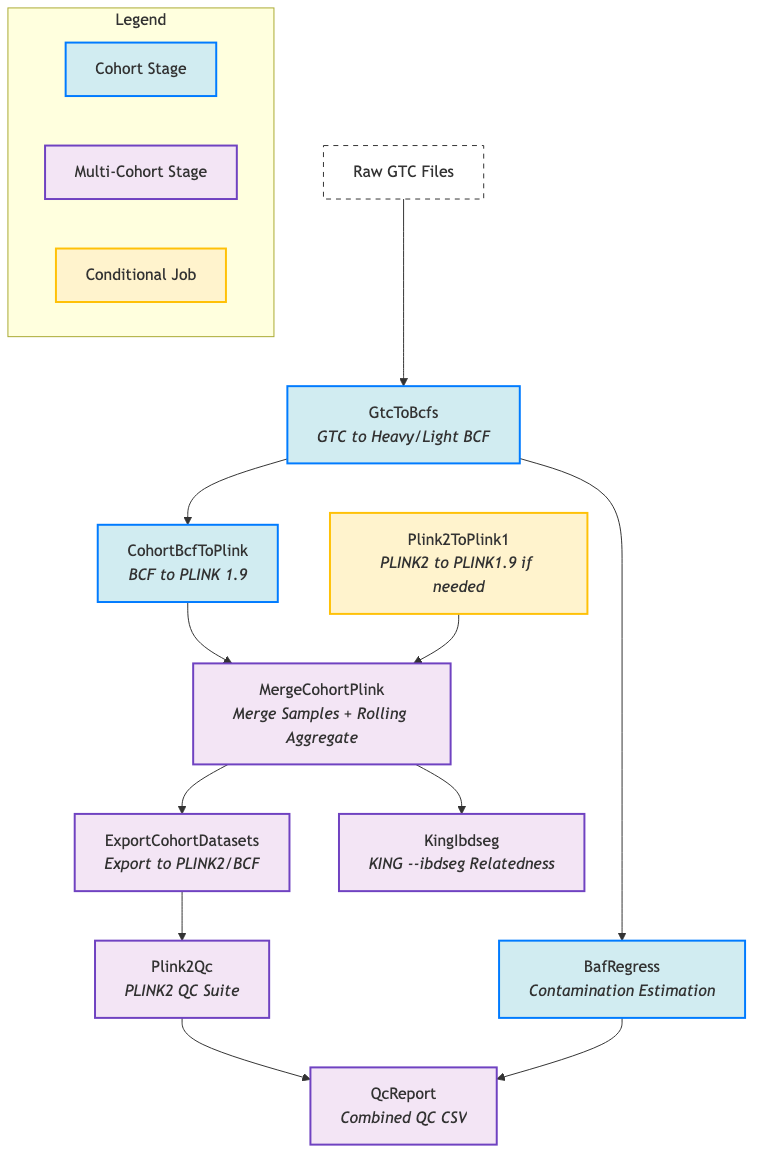
Earlier version of the Mermaid export pipeline_dag.png (populationgenomics/popgen-genotyping). Its source is kept beside it as pipeline_dag.mmd.
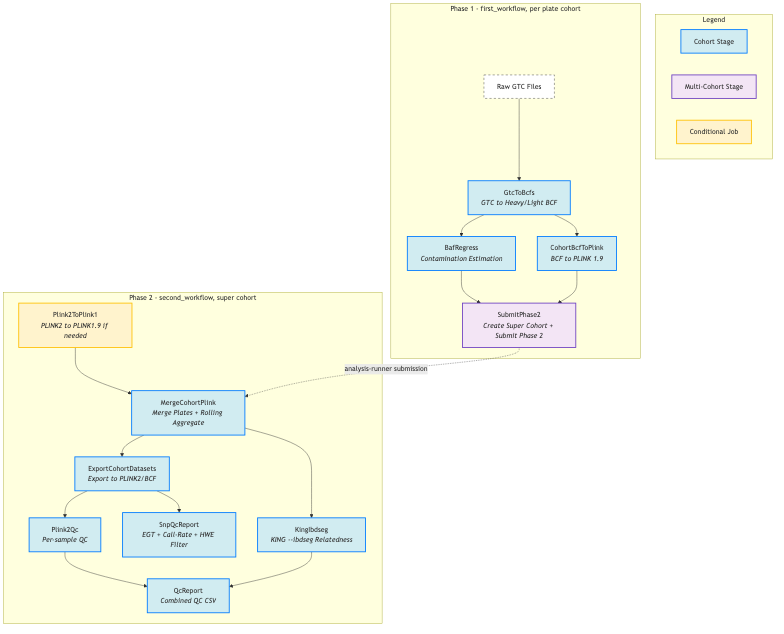
After the commit.

Commit message:
document the automatic phase-2 hand-off in config template, README and DAG diagram

What changed in the source:
```diff
@@ -6,23 +6,32 @@
         L3[Conditional Job]:::conditional
     end
 
-    GTC[Raw GTC Files]:::data --> GtoB[GtcToBcfs<br/><i>GTC to Heavy/Light BCF</i>]:::cohort
-    GtoB --> BAF[BafRegress<br/><i>Contamination Estimation</i>]:::cohort
-    GtoB --> BtoP[CohortBcfToPlink<br/><i>BCF to PLINK 1.9</i>]:::cohort
-    BtoP --> MCP[MergeCohortPlink<br/><i>Merge Samples + Rolling Aggregate</i>]:::multicohort
-    P2P1[Plink2ToPlink1<br/><i>PLINK2 to PLINK1.9 if needed</i>]:::conditional --> MCP
-    MCP --> ECD[ExportCohortDatasets<br/><i>Export to PLINK2/BCF</i>]:::multicohort
-    MCP --> KING[KingIbdseg<br/><i>KING --ibdseg Relatedness</i>]:::multicohort
-    ECD --> QC[Plink2Qc<br/><i>Per-sample QC</i>]:::multicohort
-    ECD --> SNP[SnpQcReport<br/><i>EGT + Call-Rate + HWE Filter</i>]:::multicohort
-    QC --> QR[QcReport<br/><i>Combined QC CSV</i>]:::multicohort
-    BAF --> QR
+    subgraph Phase1 [Phase 1 - first_workflow, per plate cohort]
+        GTC[Raw GTC Files]:::data --> GtoB[GtcToBcfs<br/><i>GTC to Heavy/Light BCF</i>]:::cohort
+        GtoB --> BAF[BafRegress<br/><i>Contamination Estimation</i>]:::cohort
+        GtoB --> BtoP[CohortBcfToPlink<br/><i>BCF to PLINK 1.9</i>]:::cohort
+        BAF --> SUB[SubmitPhase2<br/><i>Create Super Cohort + Submit Phase 2</i>]:::multicohort
+        BtoP --> SUB
+    end
+
+    SUB -. analysis-runner submission .-> MCP
+
+    subgraph Phase2 [Phase 2 - second_workflow, super cohort]
+        MCP[MergeCohortPlink<br/><i>Merge Plates + Rolling Aggregate</i>]:::cohort
+        P2P1[Plink2ToPlink1<br/><i>PLINK2 to PLINK1.9 if needed</i>]:::conditional --> MCP
+        MCP --> ECD[ExportCohortDatasets<br/><i>Export to PLINK2/BCF</i>]:::cohort
+        MCP --> KING[KingIbdseg<br/><i>KING --ibdseg Relatedness</i>]:::cohort
+        ECD --> QC[Plink2Qc<br/><i>Per-sample QC</i>]:::cohort
+        ECD --> SNP[SnpQcReport<br/><i>EGT + Call-Rate + HWE Filter</i>]:::cohort
+        QC --> QR[QcReport<br/><i>Combined QC CSV</i>]:::cohort
+        KING --> QR
+    end
 
     classDef cohort fill:#d1ecf1,stroke:#007bff,stroke-width:2px;
     classDef multicohort fill:#f3e5f5,stroke:#6f42c1,stroke-width:2px;
     classDef conditional fill:#fff3cd,stroke:#ffc107,stroke-width:2px;
     classDef data fill:#fff,stroke:#333,stroke-dasharray: 5 5;
 
-    class GtoB,BAF,BtoP cohort;
-    class MCP,ECD,QC,KING,QR,SNP multicohort;
+    class GtoB,BAF,BtoP,MCP,ECD,QC,KING,QR,SNP cohort;
+    class SUB multicohort;
     class P2P1 conditional;
```
